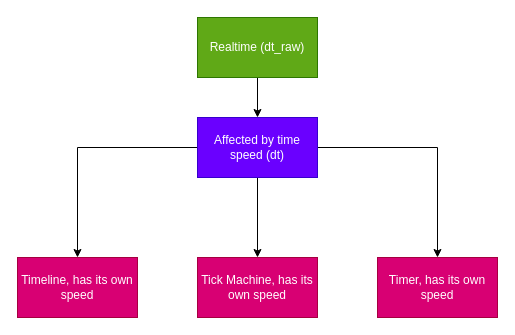
Before: scripts/Utilities/Flow/flow.drawio in Tucan444/-MARKUS-, a draw.io diagram. Source tidied: cells renumbered, new cells numbered last; positions are measured from the earlier drawing's top-left corner, leaving out a move shared by most shapes. Both pictures are drawn from the tidied source at 100%, with x=0, y=0 at pixel (17, 17).
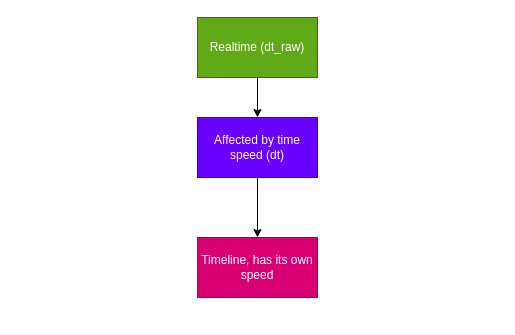
The same page after the edit.

Change to the diagram source:
```diff
@@
 <mxGraphModel>
   <root>
     <mxCell id="0" />
     <mxCell id="1" parent="0" />
     <mxCell id="2" style="edgeStyle=orthogonalEdgeStyle;rounded=0;jettySize=auto;html=1;" parent="1" edge="1" source="3" target="7">
       <mxGeometry relative="1" as="geometry" />
     </mxCell>
     <mxCell id="3" value="Realtime (dt_raw)" style="rounded=0;whiteSpace=wrap;html=1;fillColor=#60a917;fontColor=#ffffff;strokeColor=#2D7600;" parent="1" vertex="1">
       <mxGeometry x="180" width="120" height="60" as="geometry" />
     </mxCell>
     <mxCell id="4" style="edgeStyle=orthogonalEdgeStyle;rounded=0;jettySize=auto;html=1;" parent="1" edge="1" source="7" target="8">
       <mxGeometry relative="1" as="geometry" />
     </mxCell>
-    <mxCell id="5" style="edgeStyle=orthogonalEdgeStyle;rounded=0;jettySize=auto;html=1;" parent="1" edge="1" source="7" target="9">
-      <mxGeometry relative="1" as="geometry" />
-    </mxCell>
-    <mxCell id="6" style="edgeStyle=orthogonalEdgeStyle;rounded=0;jettySize=auto;html=1;" parent="1" edge="1" source="7" target="10">
-      <mxGeometry relative="1" as="geometry" />
-    </mxCell>
     <mxCell id="7" value="Affected by time speed (dt)" style="rounded=0;whiteSpace=wrap;html=1;fillColor=#6a00ff;fontColor=#ffffff;strokeColor=#3700CC;" parent="1" vertex="1">
       <mxGeometry x="180" y="100" width="120" height="60" as="geometry" />
     </mxCell>
     <mxCell id="8" value="Timeline, has its own speed" style="rounded=0;whiteSpace=wrap;html=1;fillColor=#d80073;fontColor=#ffffff;strokeColor=#A50040;" parent="1" vertex="1">
-      <mxGeometry y="240" width="120" height="60" as="geometry" />
+      <mxGeometry x="180" y="220" width="120" height="60" as="geometry" />
     </mxCell>
-    <mxCell id="9" value="Tick Machine, has its own speed" style="rounded=0;whiteSpace=wrap;html=1;fillColor=#d80073;fontColor=#ffffff;strokeColor=#A50040;" parent="1" vertex="1">
-      <mxGeometry x="180" y="240" width="120" height="60" as="geometry" />
-    </mxCell>
-    <mxCell id="10" value="Timer, has its own speed" style="rounded=0;whiteSpace=wrap;html=1;fillColor=#d80073;fontColor=#ffffff;strokeColor=#A50040;" parent="1" vertex="1">
-      <mxGeometry x="360" y="240" width="120" height="60" as="geometry" />
-    </mxCell>
   </root>
 </mxGraphModel>
```
